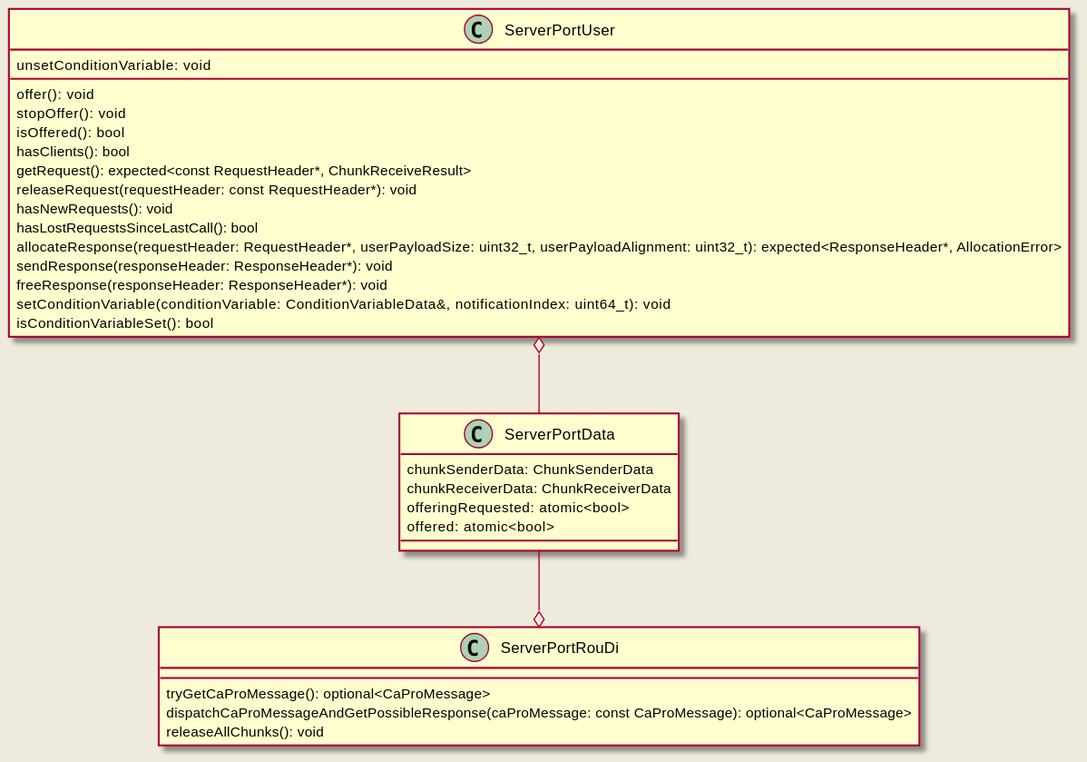
Earlier version of the PlantUML export doc/website/images/server_port.svg (eclipse-iceoryx/iceoryx). Its source is kept beside it as doc/design/diagrams/request_response/server_port.puml. Source of this version:
```plantuml
@startuml

class ServerPortData {
  chunkSenderData: ChunkSenderData
  chunkReceiverData: ChunkReceiverData
  offeringRequested: atomic<bool>
  offered: atomic<bool>
}


enum ServerRequestResult {
    TOO_MANY_REQUESTS_HELD_IN_PARALLEL,
    NO_PENDING_REQUESTS,
    UNDEFINED_CHUNK_RECEIVE_ERROR,
    NO_PENDING_REQUESTS_AND_SERVER_DOES_NOT_OFFER,
}

class ServerPortUser {
  offer(): void
  stopOffer(): void
  isOffered(): bool
  hasClients(): bool
  getRequest(): expected<const RequestHeader*, ServerRequestResult>
  releaseRequest(requestHeader: const RequestHeader*): void
  hasNewRequests(): void
  hasLostRequestsSinceLastCall(): bool
  allocateResponse(requestHeader: RequestHeader*, userPayloadSize: uint32_t, userPayloadAlignment: uint32_t): expected<ResponseHeader*, AllocationError>
  sendResponse(responseHeader: ResponseHeader*): void
  freeResponse(responseHeader: ResponseHeader*): void
  setConditionVariable(conditionVariable: ConditionVariableData&, notificationIndex: uint64_t): void
  unsetConditionVariable: void
  isConditionVariableSet(): bool
}

class ServerPortRouDi {
  tryGetCaProMessage(): optional<CaProMessage>
  dispatchCaProMessageAndGetPossibleResponse(caProMessage: const CaProMessage): optional<CaProMessage>
  releaseAllChunks(): void
}

ServerPortUser o-- ServerPortData
ServerPortData --o ServerPortRouDi

@enduml
```
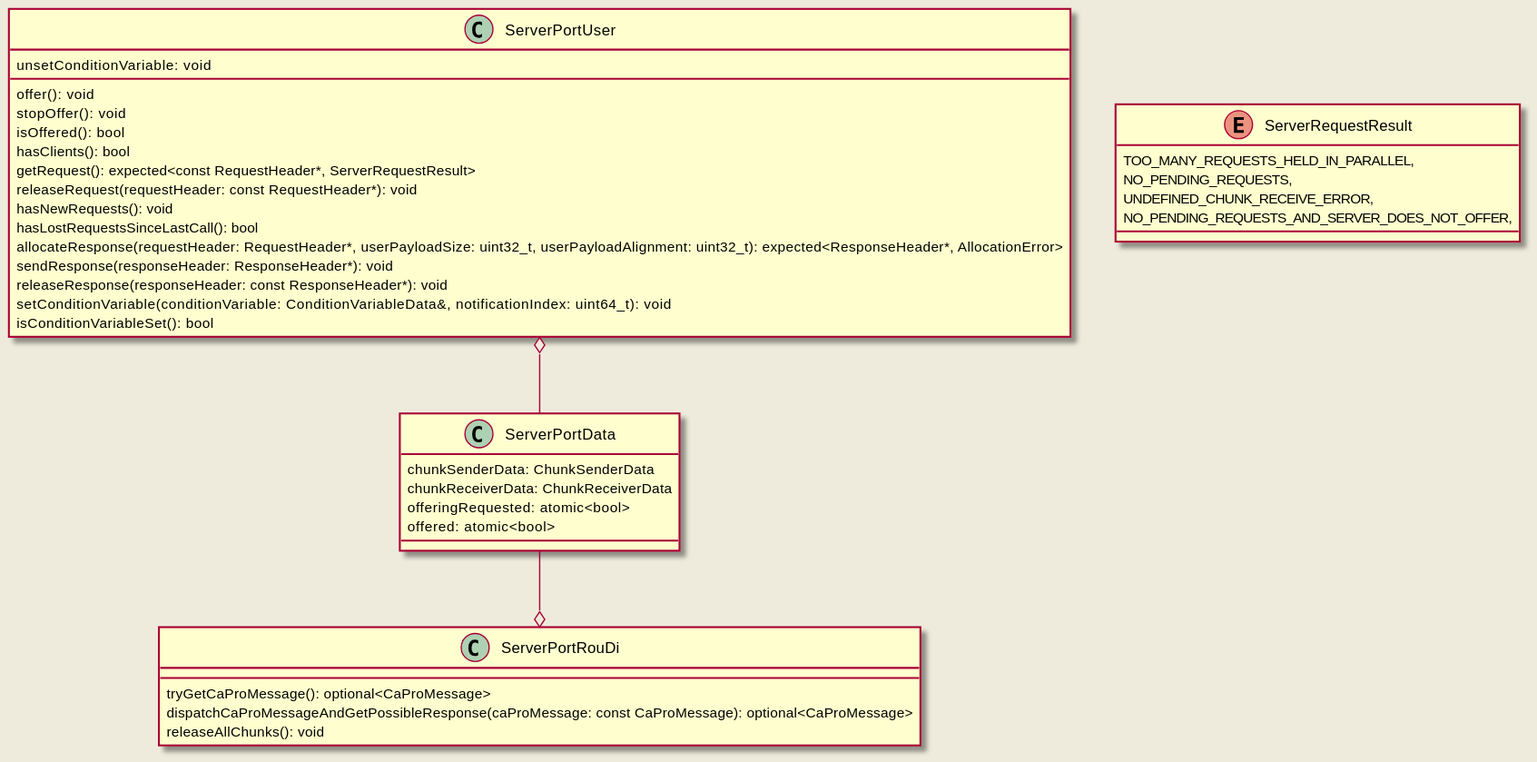
Above is the later version.

Change to the diagram source:
```diff
@@ -26,7 +26,7 @@
   hasLostRequestsSinceLastCall(): bool
   allocateResponse(requestHeader: RequestHeader*, userPayloadSize: uint32_t, userPayloadAlignment: uint32_t): expected<ResponseHeader*, AllocationError>
   sendResponse(responseHeader: ResponseHeader*): void
-  freeResponse(responseHeader: ResponseHeader*): void
+  releaseResponse(responseHeader: const ResponseHeader*): void
   setConditionVariable(conditionVariable: ConditionVariableData&, notificationIndex: uint64_t): void
   unsetConditionVariable: void
   isConditionVariableSet(): bool
```
